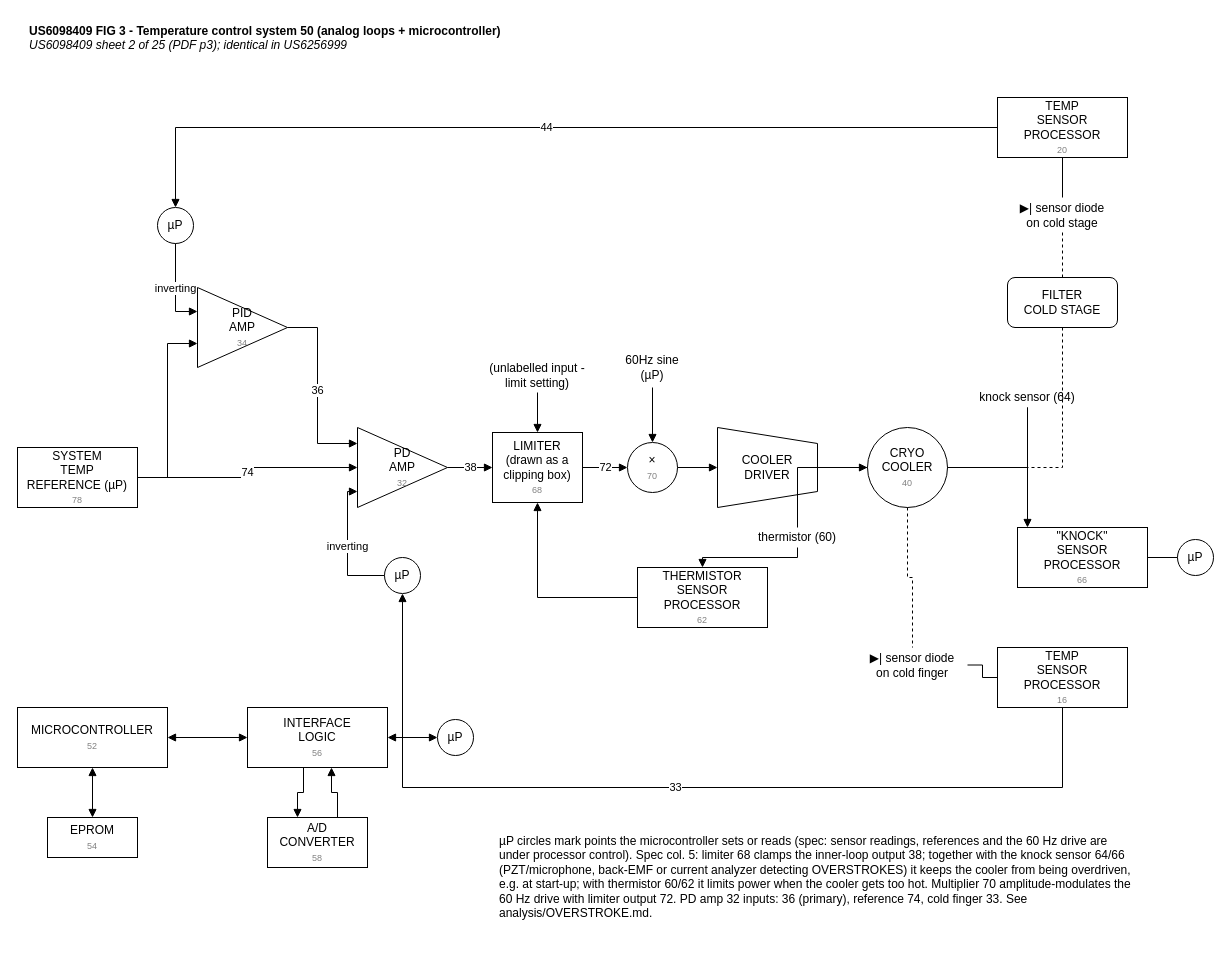
The draw.io diagram docs/oem-controller/US6098409/diagrams/fig3_system_block.drawio in jhyland87/Cryocooler-Controller, before the edit. Source tidied: cells renumbered, new cells numbered last; positions are measured from the earlier drawing's top-left corner, leaving out a move shared by most shapes. Both pictures are drawn from the tidied source at 100%, with x=0, y=0 at pixel (17, 17).
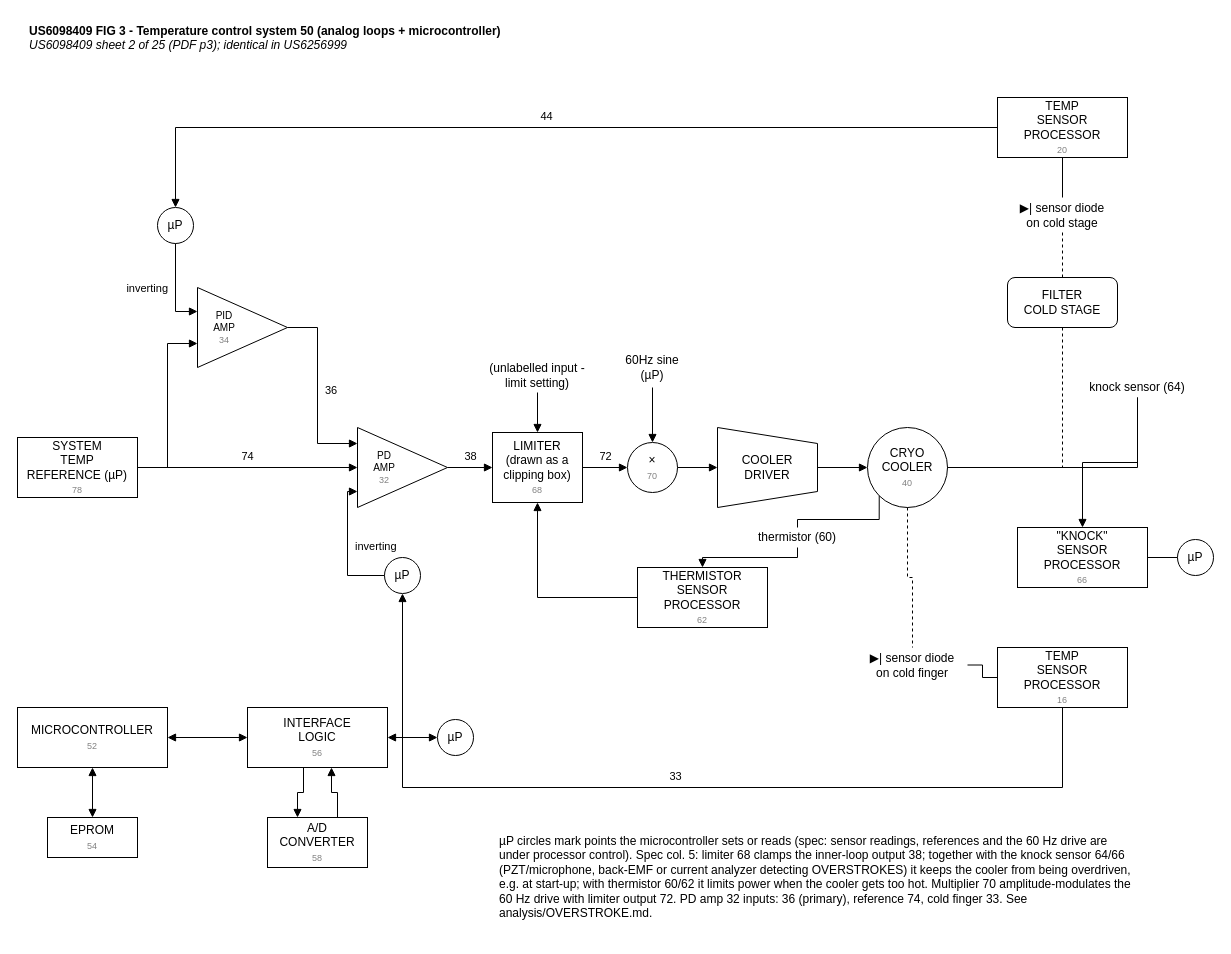
Above is the later version.

Unchanged cells that the change refers to:
```xml
<mxCell id="6" value="LIMITER&lt;br&gt;(drawn as a&lt;br&gt;clipping box)&lt;br&gt;&lt;font style=&quot;font-size:9px&quot; color=&quot;#808080&quot;&gt;68&lt;/font&gt;" style="rounded=0;whiteSpace=wrap;html=1;" parent="1" vertex="1">
  <mxGeometry x="475" y="415" width="90" height="70" as="geometry" />
</mxCell>
<mxCell id="7" value="×&lt;br&gt;&lt;font style=&quot;font-size:9px&quot; color=&quot;#808080&quot;&gt;70&lt;/font&gt;" style="ellipse;whiteSpace=wrap;html=1;" parent="1" vertex="1">
  <mxGeometry x="610" y="425" width="50" height="50" as="geometry" />
</mxCell>
<mxCell id="10" value="CRYO&lt;br&gt;COOLER&lt;br&gt;&lt;font style=&quot;font-size:9px&quot; color=&quot;#808080&quot;&gt;40&lt;/font&gt;" style="ellipse;whiteSpace=wrap;html=1;" parent="1" vertex="1">
  <mxGeometry x="850" y="410" width="80" height="80" as="geometry" />
</mxCell>
<mxCell id="11" value="thermistor (60)" style="text;html=1;align=center;verticalAlign=middle;whiteSpace=wrap;strokeColor=none;fillColor=none;" parent="1" vertex="1">
  <mxGeometry x="730" y="510" width="100" height="20" as="geometry" />
</mxCell>
<mxCell id="14" value="&amp;quot;KNOCK&amp;quot;&lt;br&gt;SENSOR&lt;br&gt;PROCESSOR&lt;br&gt;&lt;font style=&quot;font-size:9px&quot; color=&quot;#808080&quot;&gt;66&lt;/font&gt;" style="rounded=0;whiteSpace=wrap;html=1;" parent="1" vertex="1">
  <mxGeometry x="1000" y="510" width="130" height="60" as="geometry" />
</mxCell>
<mxCell id="18" value="TEMP&lt;br&gt;SENSOR&lt;br&gt;PROCESSOR&lt;br&gt;&lt;font style=&quot;font-size:9px&quot; color=&quot;#808080&quot;&gt;16&lt;/font&gt;" style="rounded=0;whiteSpace=wrap;html=1;" parent="1" vertex="1">
  <mxGeometry x="980" y="630" width="130" height="60" as="geometry" />
</mxCell>
<mxCell id="19" value="µP" style="ellipse;whiteSpace=wrap;html=1;" parent="1" vertex="1">
  <mxGeometry x="367" y="540" width="36" height="36" as="geometry" />
</mxCell>
<mxCell id="22" value="TEMP&lt;br&gt;SENSOR&lt;br&gt;PROCESSOR&lt;br&gt;&lt;font style=&quot;font-size:9px&quot; color=&quot;#808080&quot;&gt;20&lt;/font&gt;" style="rounded=0;whiteSpace=wrap;html=1;" parent="1" vertex="1">
  <mxGeometry x="980" y="80" width="130" height="60" as="geometry" />
</mxCell>
<mxCell id="23" value="µP" style="ellipse;whiteSpace=wrap;html=1;" parent="1" vertex="1">
  <mxGeometry x="140" y="190" width="36" height="36" as="geometry" />
</mxCell>
```

What changed in the source:
```diff
@@
     <mxCell id="3" value="SYSTEM&lt;br&gt;TEMP&lt;br&gt;REFERENCE (µP)&lt;br&gt;&lt;font style=&quot;font-size:9px&quot; color=&quot;#808080&quot;&gt;78&lt;/font&gt;" style="rounded=0;whiteSpace=wrap;html=1;" parent="1" vertex="1">
-      <mxGeometry y="430" width="120" height="60" as="geometry" />
+      <mxGeometry y="420" width="120" height="60" as="geometry" />
     </mxCell>
-    <mxCell id="4" value="PID&lt;br&gt;AMP&lt;br&gt;&lt;font style=&quot;font-size:9px&quot; color=&quot;#808080&quot;&gt;34&lt;/font&gt;" style="triangle;whiteSpace=wrap;html=1;" parent="1" vertex="1">
+    <mxCell id="4" value="PID&lt;br&gt;AMP&lt;br&gt;&lt;font style=&quot;font-size:9px&quot; color=&quot;#808080&quot;&gt;34&lt;/font&gt;" style="triangle;whiteSpace=wrap;html=1;fontSize=10;spacingRight=36;" parent="1" vertex="1">
       <mxGeometry x="180" y="270" width="90" height="80" as="geometry" />
     </mxCell>
-    <mxCell id="5" value="PD&lt;br&gt;AMP&lt;br&gt;&lt;font style=&quot;font-size:9px&quot; color=&quot;#808080&quot;&gt;32&lt;/font&gt;" style="triangle;whiteSpace=wrap;html=1;" parent="1" vertex="1">
+    <mxCell id="5" value="PD&lt;br&gt;AMP&lt;br&gt;&lt;font style=&quot;font-size:9px&quot; color=&quot;#808080&quot;&gt;32&lt;/font&gt;" style="triangle;whiteSpace=wrap;html=1;fontSize=10;spacingRight=36;" parent="1" vertex="1">
       <mxGeometry x="340" y="410" width="90" height="80" as="geometry" />
     </mxCell>
@@
     <mxCell id="13" value="knock sensor (64)" style="text;html=1;align=center;verticalAlign=middle;whiteSpace=wrap;strokeColor=none;fillColor=none;" parent="1" vertex="1">
-      <mxGeometry x="950" y="370" width="120" height="20" as="geometry" />
+      <mxGeometry x="1060" y="360" width="120" height="20" as="geometry" />
     </mxCell>
@@
-    <mxCell id="29" value="74" style="edgeStyle=orthogonalEdgeStyle;rounded=0;html=1;endArrow=block;endFill=1;entryX=0;entryY=0.5;entryDx=0;entryDy=0;" parent="1" edge="1" source="3" target="5">
+    <mxCell id="29" value="74" style="edgeStyle=orthogonalEdgeStyle;rounded=0;html=1;endArrow=block;endFill=1;entryX=0;entryY=0.5;entryDx=0;entryDy=0;verticalAlign=bottom;labelBackgroundColor=none;spacingBottom=2;" parent="1" edge="1" source="3" target="5">
       <mxGeometry relative="1" as="geometry" />
     </mxCell>
     <mxCell id="30" style="edgeStyle=orthogonalEdgeStyle;rounded=0;html=1;endArrow=block;endFill=1;entryX=0;entryY=0.7;entryDx=0;entryDy=0;" parent="1" edge="1" source="3" target="4">
       <mxGeometry relative="1" as="geometry">
         <Array as="points">
-          <mxPoint x="150" y="460" />
+          <mxPoint x="150" y="450" />
           <mxPoint x="150" y="326" />
         </Array>
       </mxGeometry>
     </mxCell>
-    <mxCell id="31" value="inverting" style="edgeStyle=orthogonalEdgeStyle;rounded=0;html=1;endArrow=block;endFill=1;entryX=0;entryY=0.3;entryDx=0;entryDy=0;" parent="1" edge="1" source="23" target="4">
+    <mxCell id="31" value="inverting" style="edgeStyle=orthogonalEdgeStyle;rounded=0;html=1;endArrow=block;endFill=1;align=right;verticalAlign=middle;labelBackgroundColor=none;spacingRight=6;entryX=0;entryY=0.3;entryDx=0;entryDy=0;" parent="1" edge="1" source="23" target="4">
       <mxGeometry relative="1" as="geometry">
         <Array as="points">
           <mxPoint x="158" y="294" />
         </Array>
       </mxGeometry>
     </mxCell>
-    <mxCell id="32" value="44" style="edgeStyle=orthogonalEdgeStyle;rounded=0;html=1;endArrow=block;endFill=1;exitX=0;exitY=0.5;exitDx=0;exitDy=0;" parent="1" edge="1" source="22" target="23">
+    <mxCell id="32" value="44" style="edgeStyle=orthogonalEdgeStyle;rounded=0;html=1;endArrow=block;endFill=1;exitX=0;exitY=0.5;exitDx=0;exitDy=0;verticalAlign=bottom;labelBackgroundColor=none;spacingBottom=2;" parent="1" edge="1" source="22" target="23">
       <mxGeometry relative="1" as="geometry">
         <Array as="points">
           <mxPoint x="158" y="110" />
         </Array>
       </mxGeometry>
     </mxCell>
-    <mxCell id="33" value="36" style="edgeStyle=orthogonalEdgeStyle;rounded=0;html=1;endArrow=block;endFill=1;entryX=0;entryY=0.2;entryDx=0;entryDy=0;" parent="1" edge="1" source="4" target="5">
+    <mxCell id="33" value="36" style="edgeStyle=orthogonalEdgeStyle;rounded=0;html=1;endArrow=block;endFill=1;entryX=0;entryY=0.2;entryDx=0;entryDy=0;align=left;verticalAlign=middle;labelBackgroundColor=none;spacingLeft=6;" parent="1" edge="1" source="4" target="5">
       <mxGeometry relative="1" as="geometry">
         <Array as="points">
           <mxPoint x="300" y="310" />
           <mxPoint x="300" y="426" />
         </Array>
       </mxGeometry>
     </mxCell>
-    <mxCell id="34" value="inverting" style="edgeStyle=orthogonalEdgeStyle;rounded=0;html=1;endArrow=block;endFill=1;entryX=0;entryY=0.8;entryDx=0;entryDy=0;" parent="1" edge="1" source="19" target="5">
+    <mxCell id="34" value="inverting" style="edgeStyle=orthogonalEdgeStyle;rounded=0;html=1;endArrow=block;endFill=1;entryX=0;entryY=0.8;entryDx=0;entryDy=0;align=left;verticalAlign=middle;labelBackgroundColor=none;spacingLeft=6;" parent="1" edge="1" source="19" target="5">
       <mxGeometry relative="1" as="geometry">
         <Array as="points">
           <mxPoint x="330" y="558" />
           <mxPoint x="330" y="474" />
         </Array>
       </mxGeometry>
     </mxCell>
-    <mxCell id="35" value="33" style="edgeStyle=orthogonalEdgeStyle;rounded=0;html=1;endArrow=block;endFill=1;exitX=0.5;exitY=1;exitDx=0;exitDy=0;" parent="1" edge="1" source="18" target="19">
+    <mxCell id="35" value="33" style="edgeStyle=orthogonalEdgeStyle;rounded=0;html=1;endArrow=block;endFill=1;exitX=0.5;exitY=1;exitDx=0;exitDy=0;verticalAlign=bottom;labelBackgroundColor=none;spacingBottom=2;" parent="1" edge="1" source="18" target="19">
       <mxGeometry relative="1" as="geometry">
         <Array as="points">
           <mxPoint x="1045" y="770" />
           <mxPoint x="385" y="770" />
         </Array>
       </mxGeometry>
     </mxCell>
-    <mxCell id="36" value="38" style="edgeStyle=orthogonalEdgeStyle;rounded=0;html=1;endArrow=block;endFill=1;" parent="1" edge="1" source="5" target="6">
+    <mxCell id="36" value="38" style="edgeStyle=orthogonalEdgeStyle;rounded=0;html=1;endArrow=block;endFill=1;verticalAlign=bottom;labelBackgroundColor=none;spacingBottom=2;" parent="1" edge="1" source="5" target="6">
       <mxGeometry relative="1" as="geometry" />
     </mxCell>
@@
-    <mxCell id="39" value="72" style="edgeStyle=orthogonalEdgeStyle;rounded=0;html=1;endArrow=block;endFill=1;" parent="1" edge="1" source="6" target="7">
+    <mxCell id="39" value="72" style="edgeStyle=orthogonalEdgeStyle;rounded=0;html=1;endArrow=block;endFill=1;verticalAlign=bottom;labelBackgroundColor=none;spacingBottom=2;" parent="1" edge="1" source="6" target="7">
       <mxGeometry relative="1" as="geometry" />
     </mxCell>
@@
-    <mxCell id="43" style="edgeStyle=orthogonalEdgeStyle;rounded=0;html=1;endArrow=block;endFill=1;endArrow=none;" parent="1" edge="1" source="10" target="11">
-      <mxGeometry relative="1" as="geometry" />
+    <mxCell id="43" style="edgeStyle=orthogonalEdgeStyle;rounded=0;html=1;endArrow=block;endFill=1;exitX=0.15;exitY=0.85;exitDx=0;exitDy=0;entryX=0.5;entryY=0;entryDx=0;entryDy=0;endArrow=none;" parent="1" edge="1" source="10" target="11">
+      <mxGeometry relative="1" as="geometry">
+        <Array as="points">
+          <mxPoint x="862" y="502" />
+          <mxPoint x="780" y="502" />
+        </Array>
+      </mxGeometry>
     </mxCell>
@@
     <mxCell id="46" style="edgeStyle=orthogonalEdgeStyle;rounded=0;html=1;endArrow=block;endFill=1;" parent="1" edge="1" source="13" target="14">
-      <mxGeometry relative="1" as="geometry">
-        <Array as="points">
-          <mxPoint x="1065" y="380" />
-        </Array>
-      </mxGeometry>
+      <mxGeometry relative="1" as="geometry" />
     </mxCell>
```
